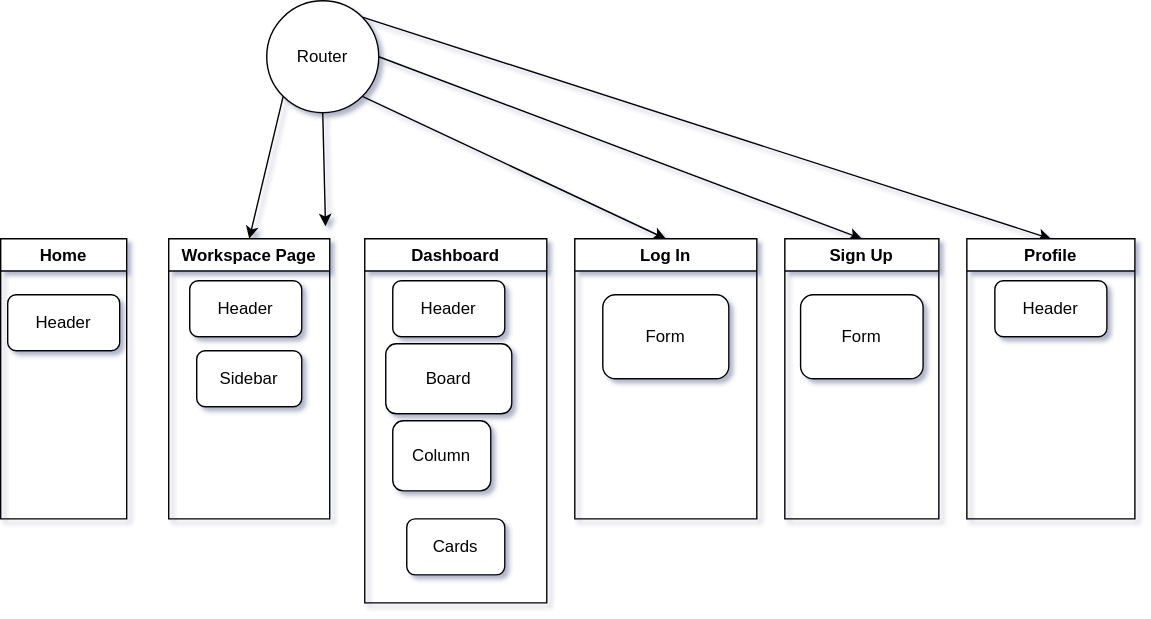
Earlier version of the draw.io export components-tree.svg (jocogum10/job-application-tracker-fe). Source tidied: cells renumbered, new cells last; positions are measured from the earlier drawing's top-left corner, leaving out a move shared by most shapes.
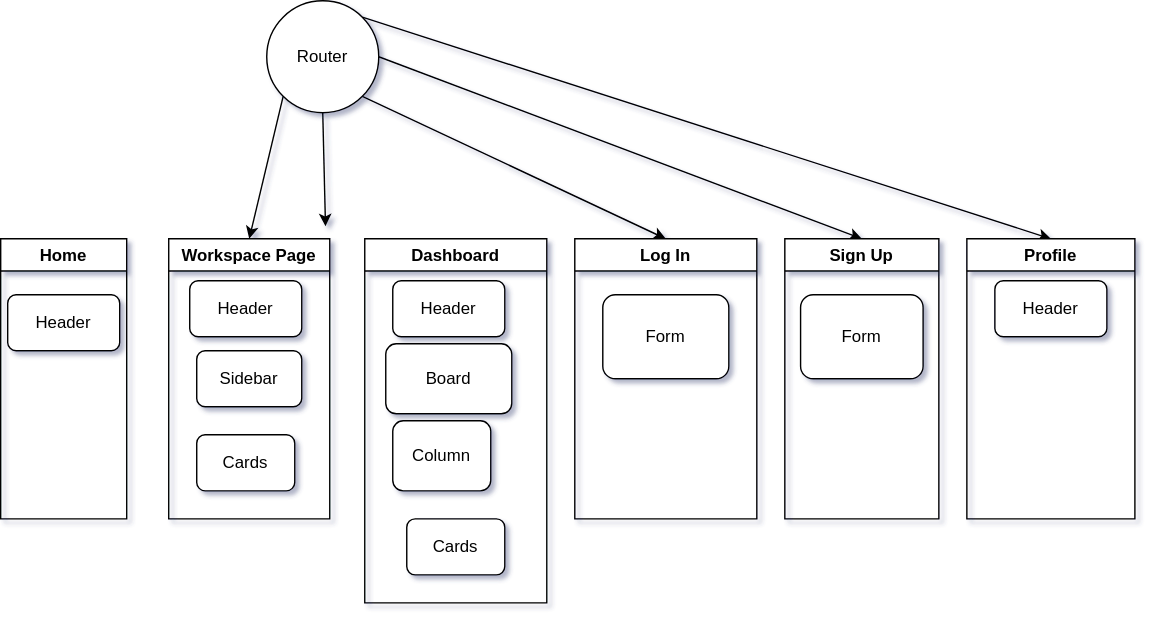
The same diagram one commit later.

Change to the diagram source:
```diff
@@ -37,6 +37,9 @@
     <mxCell id="12" value="Header" style="rounded=1;whiteSpace=wrap;html=1;" parent="11" vertex="1">
       <mxGeometry x="5" y="40" width="80" height="40" as="geometry" />
     </mxCell>
+    <mxCell id="24" value="Cards" style="rounded=1;whiteSpace=wrap;html=1;" parent="8" vertex="1">
+      <mxGeometry x="20" y="140" width="70" height="40" as="geometry" />
+    </mxCell>
     <mxCell id="13" value="Dashboard" style="swimlane;" parent="1" vertex="1">
       <mxGeometry x="260" y="170" width="130" height="260" as="geometry" />
     </mxCell>
```
